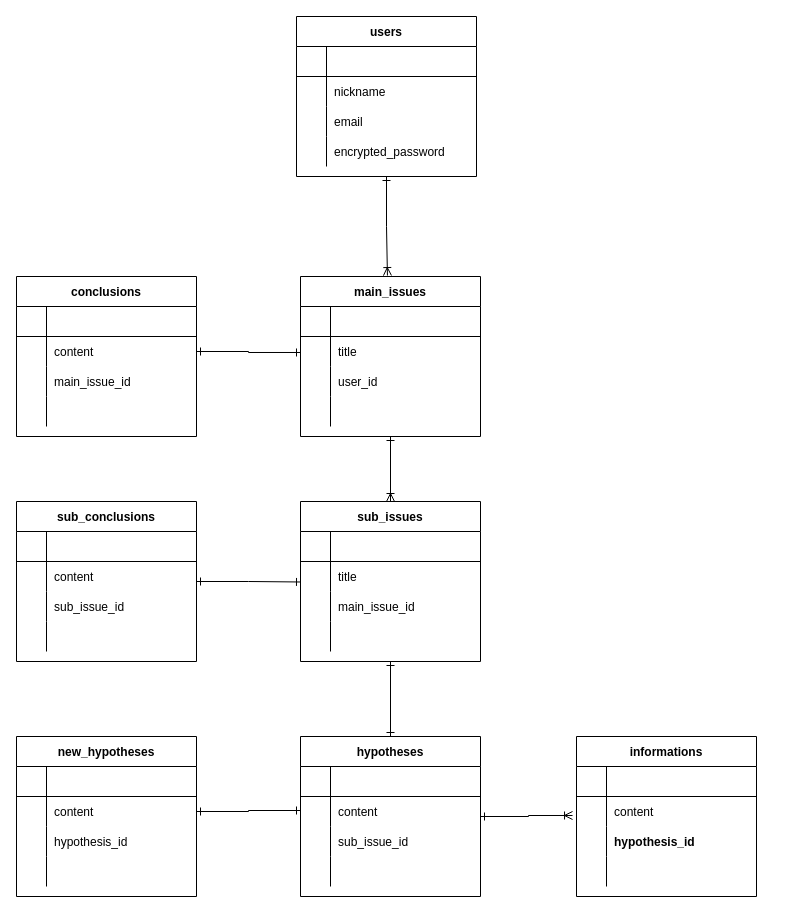
Earlier version of the draw.io diagram ER.dio (omokun/problem_solving_app). Source tidied: cells renumbered, new cells numbered last; positions are measured from the earlier drawing's top-left corner, leaving out a move shared by most shapes. Both pictures are drawn from the tidied source at 100%, with x=0, y=0 at pixel (16, 16).
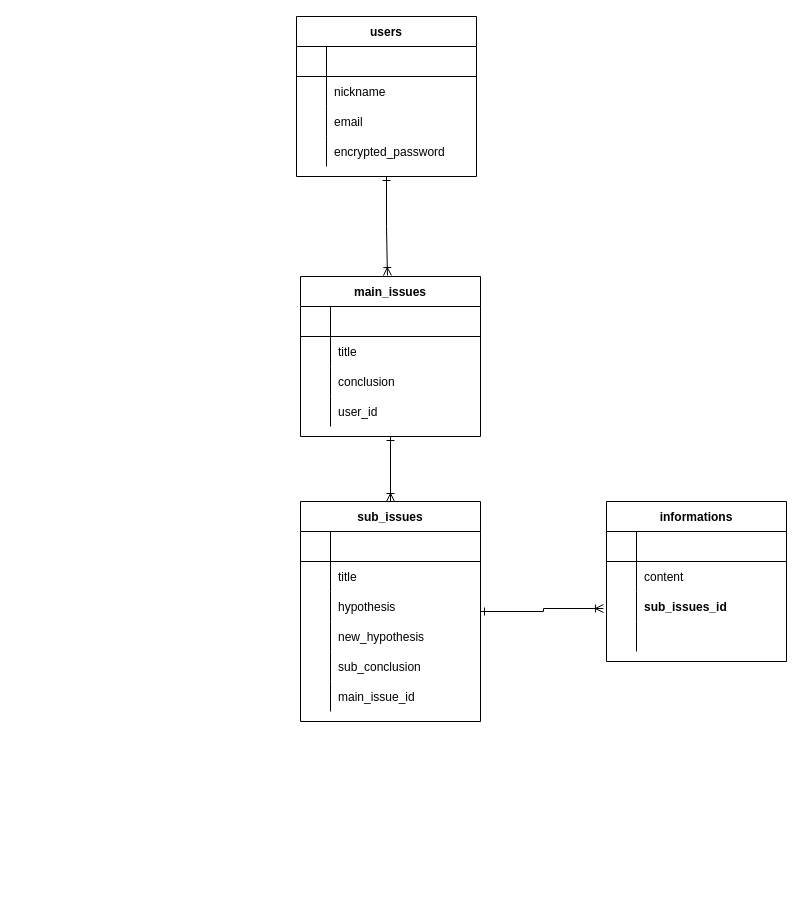
The same diagram, later.

Unchanged cells that the change refers to:
```xml
<mxCell id="21" style="shape=partialRectangle;fillColor=none;top=0;left=0;bottom=0;right=0;points=[[0,0.5],[1,0.5]];portConstraint=eastwest;" parent="17" vertex="1">
  <mxGeometry y="60" width="180" height="30" as="geometry" />
</mxCell>
<mxCell id="24" style="shape=partialRectangle;fillColor=none;top=0;left=0;bottom=0;right=0;" parent="17" vertex="1">
  <mxGeometry y="90" width="180" height="30" as="geometry" />
</mxCell>
<mxCell id="27" style="shape=partialRectangle;fillColor=none;top=0;left=0;bottom=0;right=0;" parent="17" vertex="1">
  <mxGeometry y="120" width="180" height="30" as="geometry" />
</mxCell>
<mxCell id="35" style="shape=partialRectangle;fillColor=none;top=0;left=0;bottom=0;right=0;points=[[0,0.5],[1,0.5]];portConstraint=eastwest;" parent="31" vertex="1">
  <mxGeometry y="60" width="180" height="30" as="geometry" />
</mxCell>
<mxCell id="38" style="shape=partialRectangle;fillColor=none;top=0;left=0;bottom=0;right=0;" parent="31" vertex="1">
  <mxGeometry y="90" width="180" height="30" as="geometry" />
</mxCell>
<mxCell id="41" style="shape=partialRectangle;fillColor=none;top=0;left=0;bottom=0;right=0;" parent="31" vertex="1">
  <mxGeometry y="120" width="180" height="30" as="geometry" />
</mxCell>
<mxCell id="48" style="shape=partialRectangle;fillColor=none;top=0;left=0;bottom=0;right=0;points=[[0,0.5],[1,0.5]];portConstraint=eastwest;" parent="44" vertex="1">
  <mxGeometry y="60" width="180" height="30" as="geometry" />
</mxCell>
<mxCell id="51" style="shape=partialRectangle;fillColor=none;top=0;left=0;bottom=0;right=0;points=[[0,0.5],[1,0.5]];portConstraint=eastwest;" parent="44" vertex="1">
  <mxGeometry y="90" width="180" height="30" as="geometry" />
</mxCell>
```

Diff of the diagram source:
```diff
@@
-    <mxCell id="26" value="user_id" style="shape=partialRectangle;fillColor=none;top=0;left=0;bottom=0;right=0;align=left;spacingLeft=6;overflow=hidden;" parent="24" vertex="1">
+    <mxCell id="26" value="conclusion" style="shape=partialRectangle;fillColor=none;top=0;left=0;bottom=0;right=0;align=left;spacingLeft=6;overflow=hidden;" parent="24" vertex="1">
       <mxGeometry x="30" width="150" height="30" as="geometry" />
     </mxCell>
@@
-    <mxCell id="29" style="shape=partialRectangle;fillColor=none;top=0;left=0;bottom=0;right=0;align=left;spacingLeft=6;overflow=hidden;" parent="27" vertex="1">
+    <mxCell id="29" value="user_id" style="shape=partialRectangle;fillColor=none;top=0;left=0;bottom=0;right=0;align=left;spacingLeft=6;overflow=hidden;" parent="27" vertex="1">
       <mxGeometry x="30" width="150" height="30" as="geometry" />
     </mxCell>
-    <mxCell id="30" style="edgeStyle=orthogonalEdgeStyle;rounded=0;jettySize=auto;html=1;entryX=0.5;entryY=0;entryDx=0;entryDy=0;entryPerimeter=0;endArrow=ERone;endFill=0;startArrow=ERone;startFill=0;" parent="1" edge="1" source="31" target="72">
-      <mxGeometry relative="1" as="geometry" />
-    </mxCell>
+    <mxCell id="113" style="edgeStyle=orthogonalEdgeStyle;rounded=0;jettySize=auto;html=1;entryX=-0.017;entryY=0.567;entryDx=0;entryDy=0;entryPerimeter=0;startArrow=ERone;startFill=0;endArrow=ERoneToMany;endFill=0;" parent="1" edge="1" source="31" target="51">
+      <mxGeometry relative="1" as="geometry" />
+    </mxCell>
     <mxCell id="31" value="sub_issues" style="shape=table;startSize=30;childLayout=tableLayout;rowLines=0;fontStyle=1;align=center;" parent="1" vertex="1">
-      <mxGeometry x="284" y="485" width="180" height="160" as="geometry" />
+      <mxGeometry x="284" y="485" width="180" height="220" as="geometry" />
     </mxCell>
@@
-    <mxCell id="40" value="main_issue_id" style="shape=partialRectangle;fillColor=none;top=0;left=0;bottom=0;right=0;align=left;spacingLeft=6;overflow=hidden;" parent="38" vertex="1">
+    <mxCell id="40" value="hypothesis" style="shape=partialRectangle;fillColor=none;top=0;left=0;bottom=0;right=0;align=left;spacingLeft=6;overflow=hidden;" parent="38" vertex="1">
       <mxGeometry x="30" width="150" height="30" as="geometry" />
     </mxCell>
@@
-    <mxCell id="43" style="shape=partialRectangle;fillColor=none;top=0;left=0;bottom=0;right=0;align=left;spacingLeft=6;overflow=hidden;" parent="41" vertex="1">
+    <mxCell id="43" value="new_hypothesis" style="shape=partialRectangle;fillColor=none;top=0;left=0;bottom=0;right=0;align=left;spacingLeft=6;overflow=hidden;" parent="41" vertex="1">
       <mxGeometry x="30" width="150" height="30" as="geometry" />
     </mxCell>
+    <mxCell id="114" style="shape=partialRectangle;fillColor=none;top=0;left=0;bottom=0;right=0;" parent="31" vertex="1">
+      <mxGeometry y="150" width="180" height="30" as="geometry" />
+    </mxCell>
+    <mxCell id="115" style="shape=partialRectangle;fillColor=none;top=0;left=0;bottom=0;right=0;overflow=hidden;" parent="114" vertex="1">
+      <mxGeometry width="30" height="30" as="geometry" />
+    </mxCell>
+    <mxCell id="116" value="sub_conclusion" style="shape=partialRectangle;fillColor=none;top=0;left=0;bottom=0;right=0;align=left;spacingLeft=6;overflow=hidden;" parent="114" vertex="1">
+      <mxGeometry x="30" width="150" height="30" as="geometry" />
+    </mxCell>
+    <mxCell id="117" style="shape=partialRectangle;fillColor=none;top=0;left=0;bottom=0;right=0;" parent="31" vertex="1">
+      <mxGeometry y="180" width="180" height="30" as="geometry" />
+    </mxCell>
+    <mxCell id="118" style="shape=partialRectangle;fillColor=none;top=0;left=0;bottom=0;right=0;overflow=hidden;" parent="117" vertex="1">
+      <mxGeometry width="30" height="30" as="geometry" />
+    </mxCell>
+    <mxCell id="66" value="main_issue_id" style="shape=partialRectangle;fillColor=none;top=0;left=0;bottom=0;right=0;align=left;spacingLeft=6;overflow=hidden;" parent="117" vertex="1">
+      <mxGeometry x="30" width="150" height="30" as="geometry" />
+    </mxCell>
     <mxCell id="44" value="informations" style="shape=table;startSize=30;childLayout=tableLayout;rowLines=0;fontStyle=1;align=center;" parent="1" vertex="1">
-      <mxGeometry x="560" y="720" width="180" height="160" as="geometry" />
+      <mxGeometry x="590" y="485" width="180" height="160" as="geometry" />
     </mxCell>
@@
-    <mxCell id="53" value="hypothesis_id" style="shape=partialRectangle;fillColor=none;top=0;left=0;bottom=0;right=0;align=left;spacingLeft=6;overflow=hidden;fontStyle=1;" parent="51" vertex="1">
+    <mxCell id="53" value="sub_issues_id" style="shape=partialRectangle;fillColor=none;top=0;left=0;bottom=0;right=0;align=left;spacingLeft=6;overflow=hidden;fontStyle=1;" parent="51" vertex="1">
       <mxGeometry x="30" width="150" height="30" as="geometry" />
     </mxCell>
@@
-    <mxCell id="57" value="conclusions" style="shape=table;startSize=30;childLayout=tableLayout;rowLines=0;fontStyle=1;align=center;" parent="1" vertex="1">
-      <mxGeometry y="260" width="180" height="160" as="geometry" />
-    </mxCell>
-    <mxCell id="58" style="shape=partialRectangle;fillColor=none;top=0;left=0;bottom=1;right=0;" parent="57" vertex="1">
-      <mxGeometry y="30" width="180" height="30" as="geometry" />
-    </mxCell>
-    <mxCell id="59" style="shape=partialRectangle;fillColor=none;top=0;left=0;bottom=0;right=0;fontStyle=1;overflow=hidden;" parent="58" vertex="1">
-      <mxGeometry width="30" height="30" as="geometry" />
-    </mxCell>
-    <mxCell id="60" style="shape=partialRectangle;fillColor=none;top=0;left=0;bottom=0;right=0;align=left;spacingLeft=6;fontStyle=5;overflow=hidden;" parent="58" vertex="1">
-      <mxGeometry x="30" width="150" height="30" as="geometry" />
-    </mxCell>
-    <mxCell id="61" style="shape=partialRectangle;fillColor=none;top=0;left=0;bottom=0;right=0;points=[[0,0.5],[1,0.5]];portConstraint=eastwest;" parent="57" vertex="1">
-      <mxGeometry y="60" width="180" height="30" as="geometry" />
-    </mxCell>
-    <mxCell id="62" style="shape=partialRectangle;fillColor=none;top=0;left=0;bottom=0;right=0;overflow=hidden;" parent="61" vertex="1">
-      <mxGeometry width="30" height="30" as="geometry" />
-    </mxCell>
-    <mxCell id="63" value="content" style="shape=partialRectangle;fillColor=none;top=0;left=0;bottom=0;right=0;align=left;spacingLeft=6;overflow=hidden;" parent="61" vertex="1">
-      <mxGeometry x="30" width="150" height="30" as="geometry" />
-    </mxCell>
-    <mxCell id="64" style="shape=partialRectangle;fillColor=none;top=0;left=0;bottom=0;right=0;" parent="57" vertex="1">
-      <mxGeometry y="90" width="180" height="30" as="geometry" />
-    </mxCell>
-    <mxCell id="65" style="shape=partialRectangle;fillColor=none;top=0;left=0;bottom=0;right=0;overflow=hidden;" parent="64" vertex="1">
-      <mxGeometry width="30" height="30" as="geometry" />
-    </mxCell>
-    <mxCell id="66" value="main_issue_id" style="shape=partialRectangle;fillColor=none;top=0;left=0;bottom=0;right=0;align=left;spacingLeft=6;overflow=hidden;" parent="64" vertex="1">
-      <mxGeometry x="30" width="150" height="30" as="geometry" />
-    </mxCell>
-    <mxCell id="67" style="shape=partialRectangle;fillColor=none;top=0;left=0;bottom=0;right=0;" parent="57" vertex="1">
-      <mxGeometry y="120" width="180" height="30" as="geometry" />
-    </mxCell>
-    <mxCell id="68" style="shape=partialRectangle;fillColor=none;top=0;left=0;bottom=0;right=0;overflow=hidden;" parent="67" vertex="1">
-      <mxGeometry width="30" height="30" as="geometry" />
-    </mxCell>
-    <mxCell id="69" style="shape=partialRectangle;fillColor=none;top=0;left=0;bottom=0;right=0;align=left;spacingLeft=6;overflow=hidden;" parent="67" vertex="1">
-      <mxGeometry x="30" width="150" height="30" as="geometry" />
-    </mxCell>
-    <mxCell id="70" style="edgeStyle=orthogonalEdgeStyle;rounded=0;jettySize=auto;html=1;startArrow=ERone;startFill=0;endArrow=ERone;endFill=0;entryX=0;entryY=0.533;entryDx=0;entryDy=0;entryPerimeter=0;" parent="1" edge="1" source="61" target="21">
-      <mxGeometry relative="1" as="geometry" />
-    </mxCell>
-    <mxCell id="71" style="edgeStyle=orthogonalEdgeStyle;rounded=0;jettySize=auto;html=1;entryX=-0.022;entryY=0.633;entryDx=0;entryDy=0;entryPerimeter=0;startArrow=ERone;startFill=0;endArrow=ERoneToMany;endFill=0;" parent="1" edge="1" source="72" target="48">
-      <mxGeometry relative="1" as="geometry" />
-    </mxCell>
-    <mxCell id="72" value="hypotheses" style="shape=table;startSize=30;childLayout=tableLayout;rowLines=0;fontStyle=1;align=center;" parent="1" vertex="1">
-      <mxGeometry x="284" y="720" width="180" height="160" as="geometry" />
-    </mxCell>
-    <mxCell id="73" style="shape=partialRectangle;fillColor=none;top=0;left=0;bottom=1;right=0;" parent="72" vertex="1">
-      <mxGeometry y="30" width="180" height="30" as="geometry" />
-    </mxCell>
-    <mxCell id="74" style="shape=partialRectangle;fillColor=none;top=0;left=0;bottom=0;right=0;fontStyle=1;overflow=hidden;" parent="73" vertex="1">
-      <mxGeometry width="30" height="30" as="geometry" />
-    </mxCell>
-    <mxCell id="75" style="shape=partialRectangle;fillColor=none;top=0;left=0;bottom=0;right=0;align=left;spacingLeft=6;fontStyle=5;overflow=hidden;" parent="73" vertex="1">
-      <mxGeometry x="30" width="150" height="30" as="geometry" />
-    </mxCell>
-    <mxCell id="76" style="shape=partialRectangle;fillColor=none;top=0;left=0;bottom=0;right=0;points=[[0,0.5],[1,0.5]];portConstraint=eastwest;" parent="72" vertex="1">
-      <mxGeometry y="60" width="180" height="30" as="geometry" />
-    </mxCell>
-    <mxCell id="77" style="shape=partialRectangle;fillColor=none;top=0;left=0;bottom=0;right=0;overflow=hidden;" parent="76" vertex="1">
-      <mxGeometry width="30" height="30" as="geometry" />
-    </mxCell>
-    <mxCell id="78" value="content" style="shape=partialRectangle;fillColor=none;top=0;left=0;bottom=0;right=0;align=left;spacingLeft=6;overflow=hidden;" parent="76" vertex="1">
-      <mxGeometry x="30" width="150" height="30" as="geometry" />
-    </mxCell>
-    <mxCell id="79" style="shape=partialRectangle;fillColor=none;top=0;left=0;bottom=0;right=0;" parent="72" vertex="1">
-      <mxGeometry y="90" width="180" height="30" as="geometry" />
-    </mxCell>
-    <mxCell id="80" style="shape=partialRectangle;fillColor=none;top=0;left=0;bottom=0;right=0;overflow=hidden;" parent="79" vertex="1">
-      <mxGeometry width="30" height="30" as="geometry" />
-    </mxCell>
-    <mxCell id="81" value="sub_issue_id" style="shape=partialRectangle;fillColor=none;top=0;left=0;bottom=0;right=0;align=left;spacingLeft=6;overflow=hidden;" parent="79" vertex="1">
-      <mxGeometry x="30" width="150" height="30" as="geometry" />
-    </mxCell>
-    <mxCell id="82" style="shape=partialRectangle;fillColor=none;top=0;left=0;bottom=0;right=0;" parent="72" vertex="1">
-      <mxGeometry y="120" width="180" height="30" as="geometry" />
-    </mxCell>
-    <mxCell id="83" style="shape=partialRectangle;fillColor=none;top=0;left=0;bottom=0;right=0;overflow=hidden;" parent="82" vertex="1">
-      <mxGeometry width="30" height="30" as="geometry" />
-    </mxCell>
-    <mxCell id="84" style="shape=partialRectangle;fillColor=none;top=0;left=0;bottom=0;right=0;align=left;spacingLeft=6;overflow=hidden;" parent="82" vertex="1">
-      <mxGeometry x="30" width="150" height="30" as="geometry" />
-    </mxCell>
-    <mxCell id="85" value="new_hypotheses" style="shape=table;startSize=30;childLayout=tableLayout;rowLines=0;fontStyle=1;align=center;" parent="1" vertex="1">
-      <mxGeometry y="720" width="180" height="160" as="geometry" />
-    </mxCell>
-    <mxCell id="86" style="shape=partialRectangle;fillColor=none;top=0;left=0;bottom=1;right=0;" parent="85" vertex="1">
-      <mxGeometry y="30" width="180" height="30" as="geometry" />
-    </mxCell>
-    <mxCell id="87" style="shape=partialRectangle;fillColor=none;top=0;left=0;bottom=0;right=0;fontStyle=1;overflow=hidden;" parent="86" vertex="1">
-      <mxGeometry width="30" height="30" as="geometry" />
-    </mxCell>
-    <mxCell id="88" style="shape=partialRectangle;fillColor=none;top=0;left=0;bottom=0;right=0;align=left;spacingLeft=6;fontStyle=5;overflow=hidden;" parent="86" vertex="1">
-      <mxGeometry x="30" width="150" height="30" as="geometry" />
-    </mxCell>
-    <mxCell id="89" style="shape=partialRectangle;fillColor=none;top=0;left=0;bottom=0;right=0;points=[[0,0.5],[1,0.5]];portConstraint=eastwest;" parent="85" vertex="1">
-      <mxGeometry y="60" width="180" height="30" as="geometry" />
-    </mxCell>
-    <mxCell id="90" style="shape=partialRectangle;fillColor=none;top=0;left=0;bottom=0;right=0;overflow=hidden;" parent="89" vertex="1">
-      <mxGeometry width="30" height="30" as="geometry" />
-    </mxCell>
-    <mxCell id="91" value="content" style="shape=partialRectangle;fillColor=none;top=0;left=0;bottom=0;right=0;align=left;spacingLeft=6;overflow=hidden;" parent="89" vertex="1">
-      <mxGeometry x="30" width="150" height="30" as="geometry" />
-    </mxCell>
-    <mxCell id="92" style="shape=partialRectangle;fillColor=none;top=0;left=0;bottom=0;right=0;" parent="85" vertex="1">
-      <mxGeometry y="90" width="180" height="30" as="geometry" />
-    </mxCell>
-    <mxCell id="93" style="shape=partialRectangle;fillColor=none;top=0;left=0;bottom=0;right=0;overflow=hidden;" parent="92" vertex="1">
-      <mxGeometry width="30" height="30" as="geometry" />
-    </mxCell>
-    <mxCell id="94" value="hypothesis_id" style="shape=partialRectangle;fillColor=none;top=0;left=0;bottom=0;right=0;align=left;spacingLeft=6;overflow=hidden;" parent="92" vertex="1">
-      <mxGeometry x="30" width="150" height="30" as="geometry" />
-    </mxCell>
-    <mxCell id="95" style="shape=partialRectangle;fillColor=none;top=0;left=0;bottom=0;right=0;" parent="85" vertex="1">
-      <mxGeometry y="120" width="180" height="30" as="geometry" />
-    </mxCell>
-    <mxCell id="96" style="shape=partialRectangle;fillColor=none;top=0;left=0;bottom=0;right=0;overflow=hidden;" parent="95" vertex="1">
-      <mxGeometry width="30" height="30" as="geometry" />
-    </mxCell>
-    <mxCell id="97" style="shape=partialRectangle;fillColor=none;top=0;left=0;bottom=0;right=0;align=left;spacingLeft=6;overflow=hidden;" parent="95" vertex="1">
-      <mxGeometry x="30" width="150" height="30" as="geometry" />
-    </mxCell>
-    <mxCell id="98" style="edgeStyle=orthogonalEdgeStyle;rounded=0;jettySize=auto;html=1;entryX=0;entryY=0.683;entryDx=0;entryDy=0;entryPerimeter=0;startArrow=ERone;startFill=0;endArrow=ERone;endFill=0;" parent="1" edge="1" source="99" target="35">
-      <mxGeometry relative="1" as="geometry" />
-    </mxCell>
-    <mxCell id="99" value="sub_conclusions" style="shape=table;startSize=30;childLayout=tableLayout;rowLines=0;fontStyle=1;align=center;" parent="1" vertex="1">
-      <mxGeometry y="485" width="180" height="160" as="geometry" />
-    </mxCell>
-    <mxCell id="100" style="shape=partialRectangle;fillColor=none;top=0;left=0;bottom=1;right=0;" parent="99" vertex="1">
-      <mxGeometry y="30" width="180" height="30" as="geometry" />
-    </mxCell>
-    <mxCell id="101" style="shape=partialRectangle;fillColor=none;top=0;left=0;bottom=0;right=0;fontStyle=1;overflow=hidden;" parent="100" vertex="1">
-      <mxGeometry width="30" height="30" as="geometry" />
-    </mxCell>
-    <mxCell id="102" style="shape=partialRectangle;fillColor=none;top=0;left=0;bottom=0;right=0;align=left;spacingLeft=6;fontStyle=5;overflow=hidden;" parent="100" vertex="1">
-      <mxGeometry x="30" width="150" height="30" as="geometry" />
-    </mxCell>
-    <mxCell id="103" style="shape=partialRectangle;fillColor=none;top=0;left=0;bottom=0;right=0;" parent="99" vertex="1">
-      <mxGeometry y="60" width="180" height="30" as="geometry" />
-    </mxCell>
-    <mxCell id="104" style="shape=partialRectangle;fillColor=none;top=0;left=0;bottom=0;right=0;overflow=hidden;" parent="103" vertex="1">
-      <mxGeometry width="30" height="30" as="geometry" />
-    </mxCell>
-    <mxCell id="105" value="content" style="shape=partialRectangle;fillColor=none;top=0;left=0;bottom=0;right=0;align=left;spacingLeft=6;overflow=hidden;" parent="103" vertex="1">
-      <mxGeometry x="30" width="150" height="30" as="geometry" />
-    </mxCell>
-    <mxCell id="106" style="shape=partialRectangle;fillColor=none;top=0;left=0;bottom=0;right=0;" parent="99" vertex="1">
-      <mxGeometry y="90" width="180" height="30" as="geometry" />
-    </mxCell>
-    <mxCell id="107" style="shape=partialRectangle;fillColor=none;top=0;left=0;bottom=0;right=0;overflow=hidden;" parent="106" vertex="1">
-      <mxGeometry width="30" height="30" as="geometry" />
-    </mxCell>
-    <mxCell id="108" value="sub_issue_id" style="shape=partialRectangle;fillColor=none;top=0;left=0;bottom=0;right=0;align=left;spacingLeft=6;overflow=hidden;" parent="106" vertex="1">
-      <mxGeometry x="30" width="150" height="30" as="geometry" />
-    </mxCell>
-    <mxCell id="109" style="shape=partialRectangle;fillColor=none;top=0;left=0;bottom=0;right=0;" parent="99" vertex="1">
-      <mxGeometry y="120" width="180" height="30" as="geometry" />
-    </mxCell>
-    <mxCell id="110" style="shape=partialRectangle;fillColor=none;top=0;left=0;bottom=0;right=0;overflow=hidden;" parent="109" vertex="1">
-      <mxGeometry width="30" height="30" as="geometry" />
-    </mxCell>
-    <mxCell id="111" style="shape=partialRectangle;fillColor=none;top=0;left=0;bottom=0;right=0;align=left;spacingLeft=6;overflow=hidden;" parent="109" vertex="1">
-      <mxGeometry x="30" width="150" height="30" as="geometry" />
-    </mxCell>
-    <mxCell id="112" style="edgeStyle=orthogonalEdgeStyle;rounded=0;jettySize=auto;html=1;entryX=0;entryY=0.467;entryDx=0;entryDy=0;entryPerimeter=0;startArrow=ERone;startFill=0;endArrow=ERone;endFill=0;" parent="1" edge="1" source="89" target="76">
-      <mxGeometry relative="1" as="geometry" />
-    </mxCell>
```
